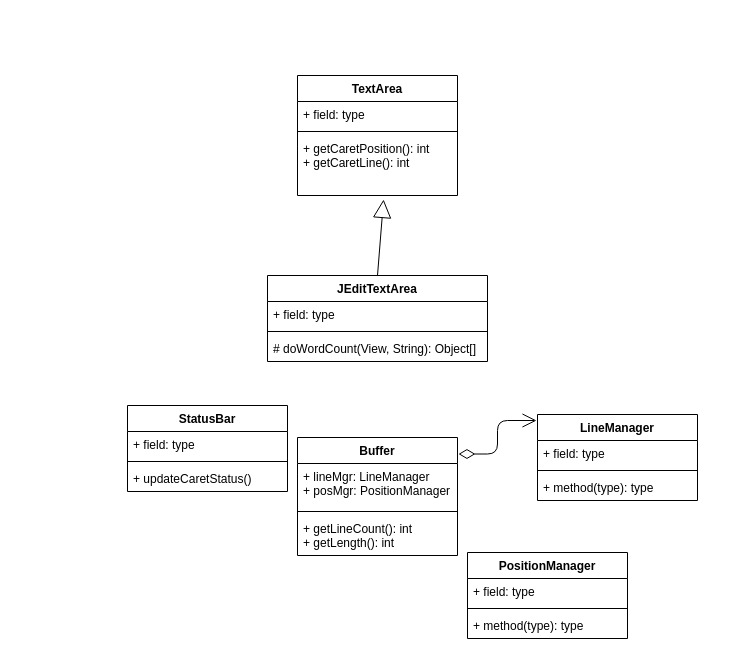
Before: Untitled Diagram.drawio in mrdragan/cs515-s19-reNo-jedit, a draw.io diagram. Source tidied: cells renumbered, new cells numbered last; positions are measured from the earlier drawing's top-left corner, leaving out a move shared by most shapes. Both pictures are drawn from the tidied source at 100%, with x=0, y=0 at pixel (127, 75).
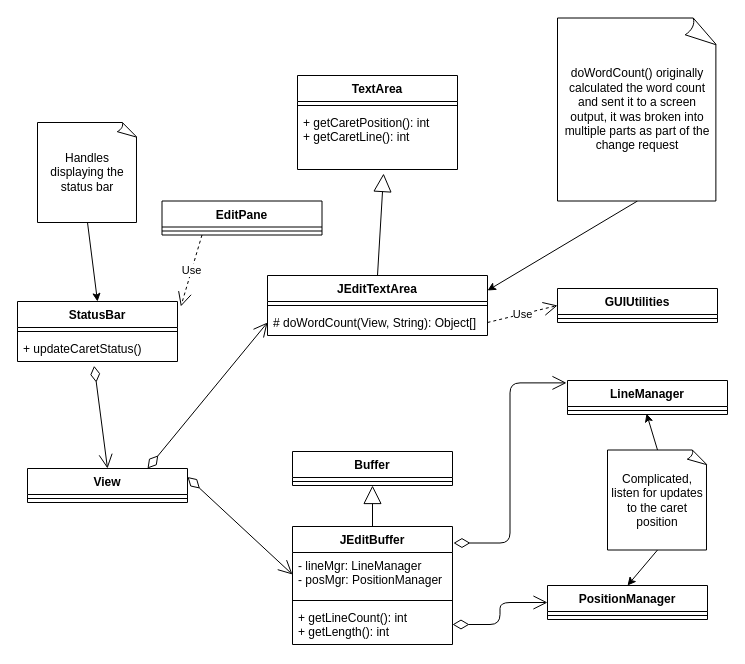
The same page after the edit.

Commit message:
Finished diagram for first change request

The change refers to these unchanged cells:
```xml
<mxCell id="9" value="+ getLineCount(): int&#10;+ getLength(): int&#10;" style="text;strokeColor=none;fillColor=none;align=left;verticalAlign=top;spacingLeft=4;spacingRight=4;overflow=hidden;points=[[0,0.5],[1,0.5]];portConstraint=eastwest;" parent="6" vertex="1">
  <mxGeometry y="78" width="160" height="40" as="geometry" />
</mxCell>
```

Diff of the diagram source:
```diff
@@
     <mxCell id="2" value="StatusBar" style="swimlane;fontStyle=1;align=center;verticalAlign=top;horizontal=1;startSize=26;" parent="1" vertex="1">
-      <mxGeometry y="330" width="160" height="86" as="geometry" />
+      <mxGeometry x="-110" y="226" width="160" height="60" as="geometry" />
     </mxCell>
-    <mxCell id="3" value="+ field: type" style="text;strokeColor=none;fillColor=none;align=left;verticalAlign=top;spacingLeft=4;spacingRight=4;overflow=hidden;" parent="2" vertex="1">
-      <mxGeometry y="26" width="160" height="26" as="geometry" />
-    </mxCell>
     <mxCell id="4" style="line;strokeWidth=1;fillColor=none;align=left;verticalAlign=middle;spacingTop=-1;spacingLeft=3;spacingRight=3;labelPosition=right;" parent="2" vertex="1">
-      <mxGeometry y="52" width="160" height="8" as="geometry" />
+      <mxGeometry y="26" width="160" height="8" as="geometry" />
     </mxCell>
     <mxCell id="5" value="+ updateCaretStatus()" style="text;strokeColor=none;fillColor=none;align=left;verticalAlign=top;spacingLeft=4;spacingRight=4;overflow=hidden;points=[[0,0.5],[1,0.5]];portConstraint=eastwest;" parent="2" vertex="1">
-      <mxGeometry y="60" width="160" height="26" as="geometry" />
+      <mxGeometry y="34" width="160" height="26" as="geometry" />
     </mxCell>
-    <mxCell id="6" value="Buffer&#10;" style="swimlane;fontStyle=1;align=center;verticalAlign=top;horizontal=1;startSize=26;" parent="1" vertex="1">
-      <mxGeometry x="170" y="362" width="160" height="118" as="geometry" />
+    <mxCell id="6" value="JEditBuffer&#10;" style="swimlane;fontStyle=1;align=center;verticalAlign=top;horizontal=1;startSize=26;" parent="1" vertex="1">
+      <mxGeometry x="165" y="451" width="160" height="118" as="geometry" />
     </mxCell>
-    <mxCell id="7" value="+ lineMgr: LineManager&#10;+ posMgr: PositionManager&#10;" style="text;strokeColor=none;fillColor=none;align=left;verticalAlign=top;spacingLeft=4;spacingRight=4;overflow=hidden;points=[[0,0.5],[1,0.5]];portConstraint=eastwest;" parent="6" vertex="1">
+    <mxCell id="7" value="- lineMgr: LineManager&#10;- posMgr: PositionManager&#10;" style="text;strokeColor=none;fillColor=none;align=left;verticalAlign=top;spacingLeft=4;spacingRight=4;overflow=hidden;points=[[0,0.5],[1,0.5]];portConstraint=eastwest;" parent="6" vertex="1">
       <mxGeometry y="26" width="160" height="44" as="geometry" />
     </mxCell>
@@
     <mxCell id="10" value="JEditTextArea" style="swimlane;fontStyle=1;align=center;verticalAlign=top;horizontal=1;startSize=26;" parent="1" vertex="1">
-      <mxGeometry x="140" y="200" width="220" height="86" as="geometry" />
+      <mxGeometry x="140" y="200" width="220" height="60" as="geometry" />
     </mxCell>
-    <mxCell id="11" value="+ field: type" style="text;strokeColor=none;fillColor=none;align=left;verticalAlign=top;spacingLeft=4;spacingRight=4;overflow=hidden;" parent="10" vertex="1">
-      <mxGeometry y="26" width="220" height="26" as="geometry" />
-    </mxCell>
     <mxCell id="12" style="line;strokeWidth=1;fillColor=none;align=left;verticalAlign=middle;spacingTop=-1;spacingLeft=3;spacingRight=3;labelPosition=right;" parent="10" vertex="1">
-      <mxGeometry y="52" width="220" height="8" as="geometry" />
+      <mxGeometry y="26" width="220" height="8" as="geometry" />
     </mxCell>
     <mxCell id="13" value="# doWordCount(View, String): Object[]" style="text;strokeColor=none;fillColor=none;align=left;verticalAlign=top;spacingLeft=4;spacingRight=4;overflow=hidden;points=[[0,0.5],[1,0.5]];portConstraint=eastwest;" parent="10" vertex="1">
-      <mxGeometry y="60" width="220" height="26" as="geometry" />
+      <mxGeometry y="34" width="220" height="26" as="geometry" />
     </mxCell>
     <mxCell id="14" value="TextArea" style="swimlane;fontStyle=1;align=center;verticalAlign=top;horizontal=1;startSize=26;" parent="1" vertex="1">
-      <mxGeometry x="170" width="160" height="120" as="geometry" />
+      <mxGeometry x="170" width="160" height="94" as="geometry" />
     </mxCell>
-    <mxCell id="15" value="+ field: type" style="text;strokeColor=none;fillColor=none;align=left;verticalAlign=top;spacingLeft=4;spacingRight=4;overflow=hidden;" parent="14" vertex="1">
-      <mxGeometry y="26" width="160" height="26" as="geometry" />
-    </mxCell>
     <mxCell id="16" style="line;strokeWidth=1;fillColor=none;align=left;verticalAlign=middle;spacingTop=-1;spacingLeft=3;spacingRight=3;labelPosition=right;" parent="14" vertex="1">
-      <mxGeometry y="52" width="160" height="8" as="geometry" />
+      <mxGeometry y="26" width="160" height="8" as="geometry" />
     </mxCell>
     <mxCell id="17" value="+ getCaretPosition(): int&#10;+ getCaretLine(): int&#10;" style="text;strokeColor=none;fillColor=none;align=left;verticalAlign=top;spacingLeft=4;spacingRight=4;overflow=hidden;points=[[0,0.5],[1,0.5]];portConstraint=eastwest;" parent="14" vertex="1">
-      <mxGeometry y="60" width="160" height="60" as="geometry" />
+      <mxGeometry y="34" width="160" height="60" as="geometry" />
     </mxCell>
     <mxCell id="18" value="LineManager" style="swimlane;fontStyle=1;align=center;verticalAlign=top;horizontal=1;startSize=26;" parent="1" vertex="1">
-      <mxGeometry x="410" y="339" width="160" height="86" as="geometry" />
+      <mxGeometry x="440" y="305" width="160" height="34" as="geometry" />
     </mxCell>
-    <mxCell id="19" value="+ field: type" style="text;strokeColor=none;fillColor=none;align=left;verticalAlign=top;spacingLeft=4;spacingRight=4;overflow=hidden;" parent="18" vertex="1">
-      <mxGeometry y="26" width="160" height="26" as="geometry" />
-    </mxCell>
     <mxCell id="20" style="line;strokeWidth=1;fillColor=none;align=left;verticalAlign=middle;spacingTop=-1;spacingLeft=3;spacingRight=3;labelPosition=right;points=[];portConstraint=eastwest;" parent="18" vertex="1">
-      <mxGeometry y="52" width="160" height="8" as="geometry" />
+      <mxGeometry y="26" width="160" height="8" as="geometry" />
     </mxCell>
-    <mxCell id="21" value="+ method(type): type" style="text;strokeColor=none;fillColor=none;align=left;verticalAlign=top;spacingLeft=4;spacingRight=4;overflow=hidden;" parent="18" vertex="1">
-      <mxGeometry y="60" width="160" height="26" as="geometry" />
-    </mxCell>
     <mxCell id="22" value="PositionManager&#10;" style="swimlane;fontStyle=1;align=center;verticalAlign=top;horizontal=1;startSize=26;" parent="1" vertex="1">
-      <mxGeometry x="340" y="477" width="160" height="86" as="geometry" />
+      <mxGeometry x="420" y="510" width="160" height="34" as="geometry" />
     </mxCell>
-    <mxCell id="23" value="+ field: type" style="text;strokeColor=none;fillColor=none;align=left;verticalAlign=top;spacingLeft=4;spacingRight=4;overflow=hidden;" parent="22" vertex="1">
-      <mxGeometry y="26" width="160" height="26" as="geometry" />
-    </mxCell>
     <mxCell id="24" style="line;strokeWidth=1;fillColor=none;align=left;verticalAlign=middle;spacingTop=-1;spacingLeft=3;spacingRight=3;labelPosition=right;" parent="22" vertex="1">
-      <mxGeometry y="52" width="160" height="8" as="geometry" />
+      <mxGeometry y="26" width="160" height="8" as="geometry" />
     </mxCell>
-    <mxCell id="25" value="+ method(type): type" style="text;strokeColor=none;fillColor=none;align=left;verticalAlign=top;spacingLeft=4;spacingRight=4;overflow=hidden;" parent="22" vertex="1">
-      <mxGeometry y="60" width="160" height="26" as="geometry" />
-    </mxCell>
@@
+    <mxCell id="28" value="1" style="endArrow=open;html=1;endSize=12;startArrow=diamondThin;startSize=14;startFill=0;edgeStyle=orthogonalEdgeStyle;align=left;verticalAlign=bottom;fillColor=none;entryX=0;entryY=0.5;entryDx=0;entryDy=0;exitX=1;exitY=0.5;exitDx=0;exitDy=0;labelBackgroundColor=#ffffff;noLabel=1;fontColor=none;" parent="1" edge="1" source="9" target="22">
+      <mxGeometry x="-1" y="3" relative="1" as="geometry" />
+    </mxCell>
+    <mxCell id="29" value="View" style="swimlane;fontStyle=1;align=center;verticalAlign=top;horizontal=1;startSize=26;" parent="1" vertex="1">
+      <mxGeometry x="-100" y="393" width="160" height="34" as="geometry" />
+    </mxCell>
+    <mxCell id="30" style="line;strokeWidth=1;fillColor=none;align=left;verticalAlign=middle;spacingTop=-1;spacingLeft=3;spacingRight=3;labelPosition=right;" parent="29" vertex="1">
+      <mxGeometry y="26" width="160" height="8" as="geometry" />
+    </mxCell>
+    <mxCell id="31" value="1" style="endArrow=open;html=1;endSize=12;startArrow=diamondThin;startSize=14;startFill=0;align=left;verticalAlign=bottom;exitX=0.479;exitY=1.165;exitDx=0;exitDy=0;exitPerimeter=0;entryX=0.5;entryY=0;entryDx=0;entryDy=0;noLabel=1;fontColor=none;" parent="1" edge="1" source="5" target="29">
+      <mxGeometry x="-1" y="3" relative="1" as="geometry" />
+    </mxCell>
+    <mxCell id="32" value="1" style="endArrow=open;html=1;endSize=12;startArrow=diamondThin;startSize=14;startFill=0;align=left;verticalAlign=bottom;exitX=1;exitY=0.25;exitDx=0;exitDy=0;entryX=0;entryY=0.5;entryDx=0;entryDy=0;noLabel=1;fontColor=none;" parent="1" edge="1" source="29" target="7">
+      <mxGeometry x="-1" y="3" relative="1" as="geometry" />
+    </mxCell>
+    <mxCell id="33" value="1" style="endArrow=open;html=1;endSize=12;startArrow=diamondThin;startSize=14;startFill=0;align=left;verticalAlign=bottom;exitX=0.75;exitY=0;exitDx=0;exitDy=0;entryX=0;entryY=0.5;entryDx=0;entryDy=0;noLabel=1;fontColor=none;" parent="1" edge="1" source="29" target="13">
+      <mxGeometry x="-1" y="3" relative="1" as="geometry" />
+    </mxCell>
+    <mxCell id="34" style="edgeStyle=none;rounded=0;jettySize=auto;html=1;exitX=0.5;exitY=1;exitDx=0;exitDy=0;exitPerimeter=0;entryX=0.5;entryY=0;entryDx=0;entryDy=0;fontColor=none;" parent="1" edge="1" source="35" target="2">
+      <mxGeometry relative="1" as="geometry" />
+    </mxCell>
+    <mxCell id="35" value="Handles displaying the status bar" style="whiteSpace=wrap;html=1;shape=mxgraph.basic.document;fontColor=none;" parent="1" vertex="1">
+      <mxGeometry x="-90" y="47" width="100" height="100" as="geometry" />
+    </mxCell>
+    <mxCell id="36" style="edgeStyle=none;rounded=0;jettySize=auto;html=1;exitX=0.5;exitY=1;exitDx=0;exitDy=0;exitPerimeter=0;entryX=0.5;entryY=0;entryDx=0;entryDy=0;fontColor=none;" parent="1" edge="1" source="37" target="22">
+      <mxGeometry relative="1" as="geometry" />
+    </mxCell>
+    <mxCell id="37" value="Complicated, listen for updates to the caret position&lt;br&gt;" style="whiteSpace=wrap;html=1;shape=mxgraph.basic.document;fontColor=none;" parent="1" vertex="1">
+      <mxGeometry x="480" y="374.5" width="100" height="100" as="geometry" />
+    </mxCell>
+    <mxCell id="38" style="endArrow=classic;html=1;fontColor=none;exitX=0.5;exitY=0;exitDx=0;exitDy=0;exitPerimeter=0;entryX=0.494;entryY=0.893;entryDx=0;entryDy=0;entryPerimeter=0;" parent="1" edge="1" source="37" target="20">
+      <mxGeometry relative="1" as="geometry" />
+    </mxCell>
+    <mxCell id="39" value="Buffer" style="swimlane;fontStyle=1;align=center;verticalAlign=top;horizontal=1;startSize=26;fontColor=none;" parent="1" vertex="1">
+      <mxGeometry x="165" y="376" width="160" height="34" as="geometry" />
+    </mxCell>
+    <mxCell id="40" style="line;strokeWidth=1;fillColor=none;align=left;verticalAlign=middle;spacingTop=-1;spacingLeft=3;spacingRight=3;labelPosition=right;" parent="39" vertex="1">
+      <mxGeometry y="26" width="160" height="8" as="geometry" />
+    </mxCell>
+    <mxCell id="41" style="endArrow=block;endSize=16;endFill=0;html=1;fillColor=none;entryX=0.5;entryY=1;entryDx=0;entryDy=0;exitX=0.5;exitY=0;exitDx=0;exitDy=0;" parent="1" edge="1" source="6" target="39">
+      <mxGeometry relative="1" as="geometry" />
+    </mxCell>
+    <mxCell id="42" style="edgeStyle=none;rounded=0;jettySize=auto;html=1;exitX=0.5;exitY=1;exitDx=0;exitDy=0;exitPerimeter=0;entryX=1;entryY=0.25;entryDx=0;entryDy=0;fontColor=none;" parent="1" edge="1" source="43" target="10">
+      <mxGeometry relative="1" as="geometry" />
+    </mxCell>
+    <mxCell id="43" value="doWordCount() originally calculated the word count and sent it to a screen output, it was broken into multiple parts as part of the change request" style="whiteSpace=wrap;html=1;shape=mxgraph.basic.document;fontColor=none;" parent="1" vertex="1">
+      <mxGeometry x="430" y="-57.5" width="160" height="183" as="geometry" />
+    </mxCell>
+    <mxCell id="44" value="EditPane" style="swimlane;fontStyle=1;align=center;verticalAlign=top;horizontal=1;startSize=26;fontColor=none;" parent="1" vertex="1">
+      <mxGeometry x="34.5" y="125.5" width="160" height="34" as="geometry" />
+    </mxCell>
+    <mxCell id="45" style="line;strokeWidth=1;fillColor=none;align=left;verticalAlign=middle;spacingTop=-1;spacingLeft=3;spacingRight=3;labelPosition=right;" parent="44" vertex="1">
+      <mxGeometry y="26" width="160" height="8" as="geometry" />
+    </mxCell>
+    <mxCell id="46" value="Use" style="endArrow=open;endSize=12;dashed=1;html=1;fontColor=none;exitX=0.25;exitY=1;exitDx=0;exitDy=0;entryX=1.021;entryY=0.083;entryDx=0;entryDy=0;entryPerimeter=0;" parent="1" edge="1" source="44" target="2">
+      <mxGeometry relative="1" as="geometry" />
+    </mxCell>
+    <mxCell id="47" value="GUIUtilities" style="swimlane;fontStyle=1;align=center;verticalAlign=top;horizontal=1;startSize=26;fontColor=none;" parent="1" vertex="1">
+      <mxGeometry x="430" y="213" width="160" height="34" as="geometry" />
+    </mxCell>
+    <mxCell id="48" style="line;strokeWidth=1;fillColor=none;align=left;verticalAlign=middle;spacingTop=-1;spacingLeft=3;spacingRight=3;labelPosition=right;" parent="47" vertex="1">
+      <mxGeometry y="26" width="160" height="8" as="geometry" />
+    </mxCell>
+    <mxCell id="49" value="Use" style="endArrow=open;endSize=12;dashed=1;html=1;fontColor=none;exitX=1;exitY=0.5;exitDx=0;exitDy=0;entryX=0;entryY=0.5;entryDx=0;entryDy=0;" parent="1" edge="1" source="13" target="47">
+      <mxGeometry relative="1" as="geometry" />
+    </mxCell>
```
